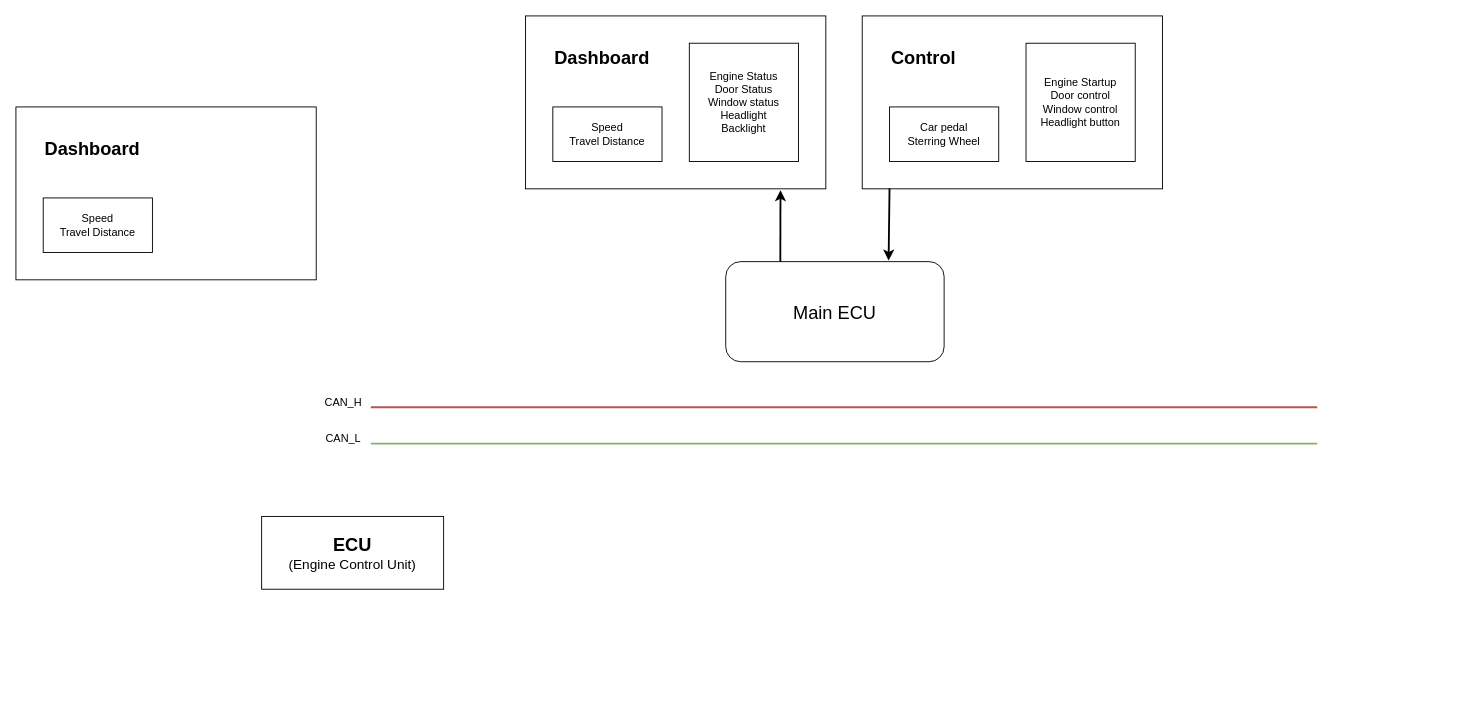
The draw.io diagram DeviceNetworkFinal.drawio in lukas0173/Draw.io, before the edit. Source tidied: cells renumbered, new cells numbered last; positions are measured from the earlier drawing's top-left corner, leaving out a move shared by most shapes. Both pictures are drawn from the tidied source at 91%, with x=0, y=0 at pixel (15, 15).
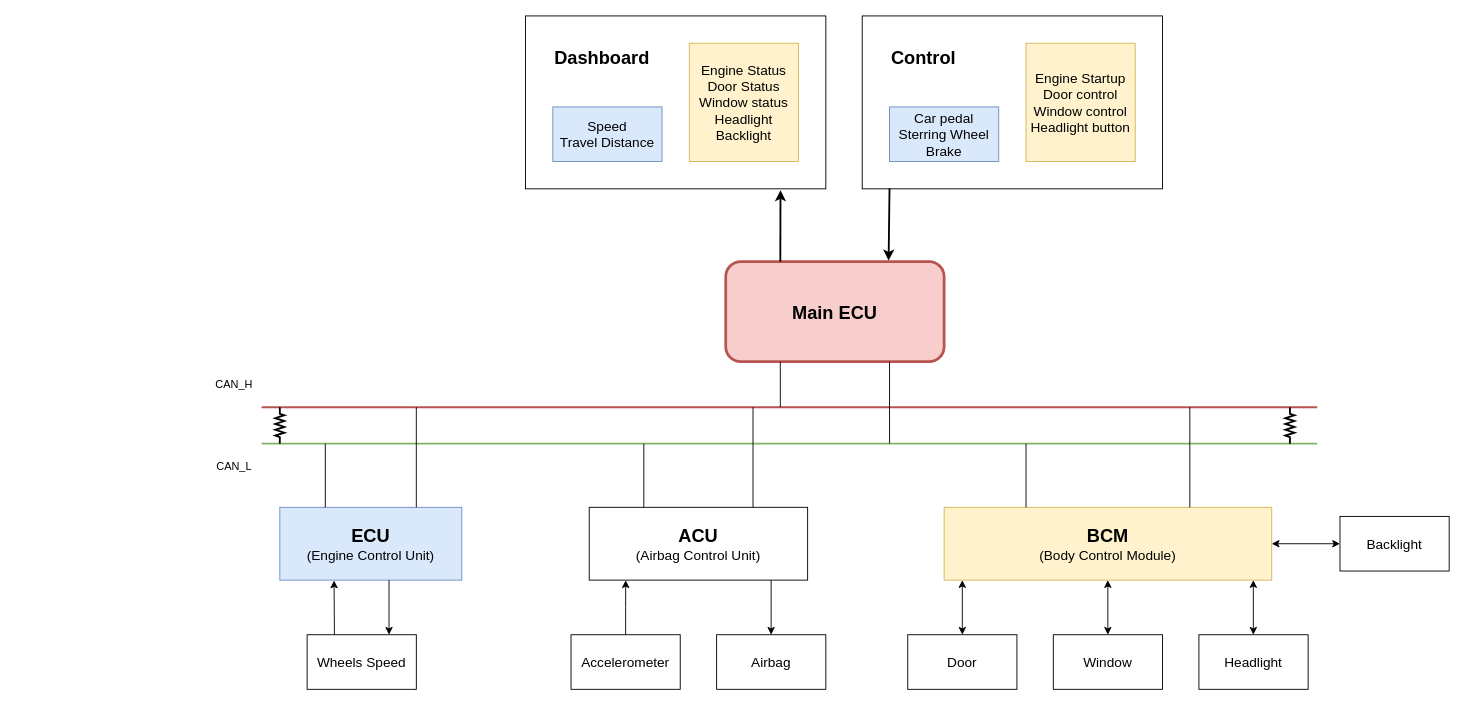
After the change.

The edit, as a diff of the source:
```diff
@@
-    <mxCell id="2" value="Main ECU" style="rounded=1;whiteSpace=wrap;html=1;fontSize=20;" parent="1" vertex="1">
+    <mxCell id="2" value="Main ECU" style="rounded=1;whiteSpace=wrap;html=1;fontSize=20;fillColor=#f8cecc;strokeColor=#b85450;strokeWidth=3;fontStyle=1;" parent="1" vertex="1">
       <mxGeometry x="780" y="270" width="240" height="110" as="geometry" />
     </mxCell>
@@
-    <mxCell id="5" value="Speed&lt;div&gt;Travel Distance&lt;/div&gt;" style="rounded=0;whiteSpace=wrap;html=1;" parent="1" vertex="1">
+    <mxCell id="5" value="Speed&lt;div&gt;Travel Distance&lt;/div&gt;" style="rounded=0;whiteSpace=wrap;html=1;fillColor=#dae8fc;strokeColor=#6c8ebf;fontSize=15;" parent="1" vertex="1">
       <mxGeometry x="590" y="100" width="120" height="60" as="geometry" />
     </mxCell>
-    <mxCell id="6" value="&lt;div&gt;&lt;div&gt;Engine Status&lt;/div&gt;Door Status&lt;div&gt;Window status&lt;/div&gt;&lt;/div&gt;Headlight&lt;div&gt;Backlight&lt;/div&gt;" style="rounded=0;whiteSpace=wrap;html=1;" parent="1" vertex="1">
+    <mxCell id="6" value="&lt;div&gt;&lt;div&gt;Engine Status&lt;/div&gt;Door Status&lt;div&gt;Window status&lt;/div&gt;&lt;/div&gt;Headlight&lt;div&gt;Backlight&lt;/div&gt;" style="rounded=0;whiteSpace=wrap;html=1;fillColor=#fff2cc;strokeColor=#d6b656;fontSize=15;" parent="1" vertex="1">
       <mxGeometry x="740" y="30" width="120" height="130" as="geometry" />
     </mxCell>
-    <mxCell id="7" value="Car pedal&lt;div&gt;Sterring Wheel&lt;/div&gt;" style="rounded=0;whiteSpace=wrap;html=1;" parent="1" vertex="1">
+    <mxCell id="7" value="Car pedal&lt;div&gt;Sterring Wheel&lt;/div&gt;&lt;div&gt;Brake&lt;/div&gt;" style="rounded=0;whiteSpace=wrap;html=1;fillColor=#dae8fc;strokeColor=#6c8ebf;fontSize=15;" parent="1" vertex="1">
       <mxGeometry x="960" y="100" width="120" height="60" as="geometry" />
     </mxCell>
-    <mxCell id="8" value="&lt;div&gt;Engine Startup&lt;/div&gt;Door control&lt;div&gt;Window control&lt;/div&gt;&lt;div&gt;Headlight button&lt;/div&gt;" style="rounded=0;whiteSpace=wrap;html=1;" parent="1" vertex="1">
+    <mxCell id="8" value="&lt;div&gt;Engine Startup&lt;/div&gt;Door control&lt;div&gt;Window control&lt;/div&gt;&lt;div&gt;Headlight button&lt;/div&gt;" style="rounded=0;whiteSpace=wrap;html=1;fillColor=#fff2cc;strokeColor=#d6b656;fontSize=15;" parent="1" vertex="1">
       <mxGeometry x="1110" y="30" width="120" height="130" as="geometry" />
     </mxCell>
@@
     <mxCell id="13" style="endArrow=none;html=1;rounded=0;strokeWidth=2;fillColor=#f8cecc;strokeColor=#b85450;" parent="1" edge="1">
       <mxGeometry relative="1" as="geometry">
-        <mxPoint x="390" y="430" as="sourcePoint" />
+        <mxPoint x="270" y="430" as="sourcePoint" />
         <mxPoint x="1430" y="430" as="targetPoint" />
       </mxGeometry>
     </mxCell>
     <mxCell id="14" style="endArrow=none;html=1;rounded=0;strokeWidth=2;fillColor=#d5e8d4;strokeColor=#82b366;" parent="1" edge="1">
       <mxGeometry relative="1" as="geometry">
-        <mxPoint x="390" y="470" as="sourcePoint" />
+        <mxPoint x="270" y="470" as="sourcePoint" />
         <mxPoint x="1430" y="470" as="targetPoint" />
       </mxGeometry>
     </mxCell>
     <mxCell id="15" value="CAN_H" style="text;html=1;align=center;verticalAlign=middle;whiteSpace=wrap;rounded=0;" parent="1" vertex="1">
-      <mxGeometry x="330" y="410" width="60" height="30" as="geometry" />
+      <mxGeometry x="210" y="390" width="60" height="30" as="geometry" />
     </mxCell>
     <mxCell id="16" value="CAN_L" style="text;html=1;align=center;verticalAlign=middle;whiteSpace=wrap;rounded=0;" parent="1" vertex="1">
-      <mxGeometry x="330" y="450" width="60" height="30" as="geometry" />
+      <mxGeometry x="210" y="480" width="60" height="30" as="geometry" />
     </mxCell>
-    <mxCell id="17" style="rounded=0;whiteSpace=wrap;html=1;" parent="1" vertex="1">
-      <mxGeometry y="100" width="330" height="190" as="geometry" />
-    </mxCell>
-    <mxCell id="18" value="Speed&lt;div&gt;Travel Distance&lt;/div&gt;" style="rounded=0;whiteSpace=wrap;html=1;" parent="1" vertex="1">
-      <mxGeometry x="30" y="200" width="120" height="60" as="geometry" />
-    </mxCell>
-    <mxCell id="19" value="&lt;div&gt;&lt;div&gt;&lt;font style=&quot;font-size: 20px;&quot;&gt;&lt;b&gt;ECU&lt;/b&gt;&lt;/font&gt;&lt;/div&gt;&lt;/div&gt;&lt;div&gt;&lt;font style=&quot;font-size: 15px;&quot;&gt;(Engine Control Unit)&lt;/font&gt;&lt;/div&gt;" style="rounded=0;whiteSpace=wrap;html=1;" parent="1" vertex="1">
-      <mxGeometry x="270" y="550" width="200" height="80" as="geometry" />
+    <mxCell id="19" value="&lt;div&gt;&lt;div&gt;&lt;font style=&quot;font-size: 20px;&quot;&gt;&lt;b&gt;ECU&lt;/b&gt;&lt;/font&gt;&lt;/div&gt;&lt;/div&gt;&lt;div&gt;&lt;font style=&quot;font-size: 15px;&quot;&gt;(Engine Control Unit)&lt;/font&gt;&lt;/div&gt;" style="rounded=0;whiteSpace=wrap;html=1;fillColor=#dae8fc;strokeColor=#6c8ebf;" parent="1" vertex="1">
+      <mxGeometry x="290" y="540" width="200" height="80" as="geometry" />
     </mxCell>
-    <mxCell id="20" value="Dashboard" style="text;html=1;align=left;verticalAlign=middle;whiteSpace=wrap;rounded=0;fontSize=20;fontStyle=1;" parent="1" vertex="1">
-      <mxGeometry x="30" y="130" width="110" height="30" as="geometry" />
-    </mxCell>
+    <mxCell id="21" value="&lt;font style=&quot;font-size: 15px;&quot;&gt;Wheels Speed&lt;/font&gt;" style="rounded=0;whiteSpace=wrap;html=1;" parent="1" vertex="1">
+      <mxGeometry x="320" y="680" width="120" height="60" as="geometry" />
+    </mxCell>
+    <mxCell id="22" style="endArrow=classic;html=1;rounded=0;entryX=0.298;entryY=1.005;entryDx=0;entryDy=0;entryPerimeter=0;" parent="1" edge="1" target="19">
+      <mxGeometry relative="1" as="geometry">
+        <mxPoint x="350" y="680" as="sourcePoint" />
+      </mxGeometry>
+    </mxCell>
+    <mxCell id="23" style="endArrow=none;html=1;rounded=0;entryX=0.298;entryY=1.005;entryDx=0;entryDy=0;entryPerimeter=0;startFill=1;startArrow=classic;" parent="1" edge="1">
+      <mxGeometry relative="1" as="geometry">
+        <mxPoint x="410" y="680" as="sourcePoint" />
+        <mxPoint x="410" y="620" as="targetPoint" />
+      </mxGeometry>
+    </mxCell>
+    <mxCell id="24" value="&lt;div&gt;&lt;div&gt;&lt;font style=&quot;font-size: 20px;&quot;&gt;&lt;b&gt;ACU&lt;/b&gt;&lt;/font&gt;&lt;/div&gt;&lt;/div&gt;&lt;div&gt;&lt;font style=&quot;font-size: 15px;&quot;&gt;(Airbag Control Unit)&lt;/font&gt;&lt;/div&gt;" style="rounded=0;whiteSpace=wrap;html=1;" parent="1" vertex="1">
+      <mxGeometry x="630" y="540" width="240" height="80" as="geometry" />
+    </mxCell>
+    <mxCell id="25" value="&lt;font style=&quot;font-size: 15px;&quot;&gt;Accelerometer&lt;/font&gt;" style="rounded=0;whiteSpace=wrap;html=1;" parent="1" vertex="1">
+      <mxGeometry x="610" y="680" width="120" height="60" as="geometry" />
+    </mxCell>
+    <mxCell id="26" value="&lt;font style=&quot;font-size: 15px;&quot;&gt;Airbag&lt;/font&gt;" style="rounded=0;whiteSpace=wrap;html=1;" parent="1" vertex="1">
+      <mxGeometry x="770" y="680" width="120" height="60" as="geometry" />
+    </mxCell>
+    <mxCell id="27" style="edgeStyle=orthogonalEdgeStyle;rounded=0;jettySize=auto;html=1;entryX=0.167;entryY=1.002;entryDx=0;entryDy=0;entryPerimeter=0;" parent="1" edge="1" source="25" target="24">
+      <mxGeometry relative="1" as="geometry" />
+    </mxCell>
+    <mxCell id="28" style="edgeStyle=orthogonalEdgeStyle;rounded=0;orthogonalLoop=1;jettySize=auto;html=1;entryX=0.167;entryY=1.002;entryDx=0;entryDy=0;entryPerimeter=0;endArrow=none;startFill=1;startArrow=classic;" parent="1" edge="1">
+      <mxGeometry relative="1" as="geometry">
+        <mxPoint x="829.9" y="680" as="sourcePoint" />
+        <mxPoint x="829.9" y="620" as="targetPoint" />
+      </mxGeometry>
+    </mxCell>
+    <mxCell id="29" value="&lt;div&gt;&lt;div&gt;&lt;font style=&quot;font-size: 20px;&quot;&gt;&lt;b&gt;BCM&lt;/b&gt;&lt;/font&gt;&lt;/div&gt;&lt;/div&gt;&lt;div&gt;&lt;font style=&quot;font-size: 15px;&quot;&gt;(Body Control Module)&lt;/font&gt;&lt;/div&gt;" style="rounded=0;whiteSpace=wrap;html=1;fillColor=#fff2cc;strokeColor=#d6b656;" parent="1" vertex="1">
+      <mxGeometry x="1020" y="540" width="360" height="80" as="geometry" />
+    </mxCell>
+    <mxCell id="30" value="&lt;font style=&quot;font-size: 15px;&quot;&gt;Door&lt;/font&gt;" style="rounded=0;whiteSpace=wrap;html=1;" parent="1" vertex="1">
+      <mxGeometry x="980" y="680" width="120" height="60" as="geometry" />
+    </mxCell>
+    <mxCell id="31" value="&lt;font style=&quot;font-size: 15px;&quot;&gt;Window&lt;/font&gt;" style="rounded=0;whiteSpace=wrap;html=1;" parent="1" vertex="1">
+      <mxGeometry x="1140" y="680" width="120" height="60" as="geometry" />
+    </mxCell>
+    <mxCell id="32" value="&lt;font style=&quot;font-size: 15px;&quot;&gt;Headlight&lt;/font&gt;" style="rounded=0;whiteSpace=wrap;html=1;" parent="1" vertex="1">
+      <mxGeometry x="1300" y="680" width="120" height="60" as="geometry" />
+    </mxCell>
+    <mxCell id="33" value="&lt;font style=&quot;font-size: 15px;&quot;&gt;Backlight&lt;/font&gt;" style="rounded=0;whiteSpace=wrap;html=1;" parent="1" vertex="1">
+      <mxGeometry x="1455" y="550" width="120" height="60" as="geometry" />
+    </mxCell>
+    <mxCell id="34" style="edgeStyle=orthogonalEdgeStyle;rounded=0;jettySize=auto;html=1;startArrow=classic;startFill=1;" parent="1" edge="1" source="30">
+      <mxGeometry relative="1" as="geometry">
+        <mxPoint x="1040" y="620" as="targetPoint" />
+        <Array as="points">
+          <mxPoint x="1040" y="620" />
+        </Array>
+      </mxGeometry>
+    </mxCell>
+    <mxCell id="35" style="edgeStyle=orthogonalEdgeStyle;rounded=0;orthogonalLoop=1;jettySize=auto;html=1;entryX=0.083;entryY=1;entryDx=0;entryDy=0;entryPerimeter=0;startArrow=classic;startFill=1;" parent="1" edge="1">
+      <mxGeometry relative="1" as="geometry">
+        <mxPoint x="1199.9" y="680" as="sourcePoint" />
+        <mxPoint x="1199.9" y="620" as="targetPoint" />
+      </mxGeometry>
+    </mxCell>
+    <mxCell id="36" style="edgeStyle=orthogonalEdgeStyle;rounded=0;orthogonalLoop=1;jettySize=auto;html=1;entryX=0.083;entryY=1;entryDx=0;entryDy=0;entryPerimeter=0;startArrow=classic;startFill=1;" parent="1" edge="1">
+      <mxGeometry relative="1" as="geometry">
+        <mxPoint x="1359.8" y="680" as="sourcePoint" />
+        <mxPoint x="1359.8" y="620" as="targetPoint" />
+      </mxGeometry>
+    </mxCell>
+    <mxCell id="37" style="edgeStyle=orthogonalEdgeStyle;rounded=0;jettySize=auto;html=1;entryX=1;entryY=0.5;entryDx=0;entryDy=0;startArrow=classic;startFill=1;exitX=0;exitY=0.5;exitDx=0;exitDy=0;" parent="1" edge="1" source="33" target="29">
+      <mxGeometry relative="1" as="geometry" />
+    </mxCell>
+    <mxCell id="38" style="endArrow=none;html=1;rounded=0;exitX=0.25;exitY=0;exitDx=0;exitDy=0;" parent="1" edge="1" source="19">
+      <mxGeometry relative="1" as="geometry">
+        <mxPoint x="340" y="470" as="targetPoint" />
+      </mxGeometry>
+    </mxCell>
+    <mxCell id="39" style="endArrow=none;html=1;rounded=0;exitX=0.75;exitY=0;exitDx=0;exitDy=0;" parent="1" edge="1" source="19">
+      <mxGeometry relative="1" as="geometry">
+        <mxPoint x="440" y="430" as="targetPoint" />
+      </mxGeometry>
+    </mxCell>
+    <mxCell id="40" style="endArrow=none;html=1;rounded=0;exitX=0.75;exitY=0;exitDx=0;exitDy=0;" parent="1" edge="1" source="24">
+      <mxGeometry relative="1" as="geometry">
+        <mxPoint x="810" y="430" as="targetPoint" />
+      </mxGeometry>
+    </mxCell>
+    <mxCell id="41" style="endArrow=none;html=1;rounded=0;exitX=0.25;exitY=0;exitDx=0;exitDy=0;" parent="1" edge="1" source="24">
+      <mxGeometry relative="1" as="geometry">
+        <mxPoint x="690" y="470" as="targetPoint" />
+      </mxGeometry>
+    </mxCell>
+    <mxCell id="42" style="endArrow=none;html=1;rounded=0;exitX=0.75;exitY=0;exitDx=0;exitDy=0;" parent="1" edge="1" source="29">
+      <mxGeometry relative="1" as="geometry">
+        <mxPoint x="1290" y="430" as="targetPoint" />
+      </mxGeometry>
+    </mxCell>
+    <mxCell id="43" style="endArrow=none;html=1;rounded=0;exitX=0.25;exitY=0;exitDx=0;exitDy=0;" parent="1" edge="1" source="29">
+      <mxGeometry relative="1" as="geometry">
+        <mxPoint x="1110" y="470" as="targetPoint" />
+      </mxGeometry>
+    </mxCell>
+    <mxCell id="44" style="endArrow=none;html=1;rounded=0;entryX=0.75;entryY=1;entryDx=0;entryDy=0;" parent="1" edge="1" target="2">
+      <mxGeometry relative="1" as="geometry">
+        <mxPoint x="960" y="470" as="sourcePoint" />
+      </mxGeometry>
+    </mxCell>
+    <mxCell id="45" style="endArrow=none;html=1;rounded=0;entryX=0.25;entryY=1;entryDx=0;entryDy=0;" parent="1" edge="1" target="2">
+      <mxGeometry relative="1" as="geometry">
+        <mxPoint x="840" y="430" as="sourcePoint" />
+      </mxGeometry>
+    </mxCell>
+    <mxCell id="46" style="verticalLabelPosition=bottom;shadow=0;dashed=0;align=center;html=1;verticalAlign=top;shape=mxgraph.electrical.resistors.resistor_2;rotation=90;fontSize=15;strokeWidth=2;" parent="1" vertex="1">
+      <mxGeometry x="270" y="445" width="40" height="10" as="geometry" />
+    </mxCell>
+    <mxCell id="47" style="verticalLabelPosition=bottom;shadow=0;dashed=0;align=center;html=1;verticalAlign=top;shape=mxgraph.electrical.resistors.resistor_2;rotation=90;fontSize=15;strokeWidth=2;" parent="1" vertex="1">
+      <mxGeometry x="1380" y="445" width="40" height="10" as="geometry" />
+    </mxCell>
```
